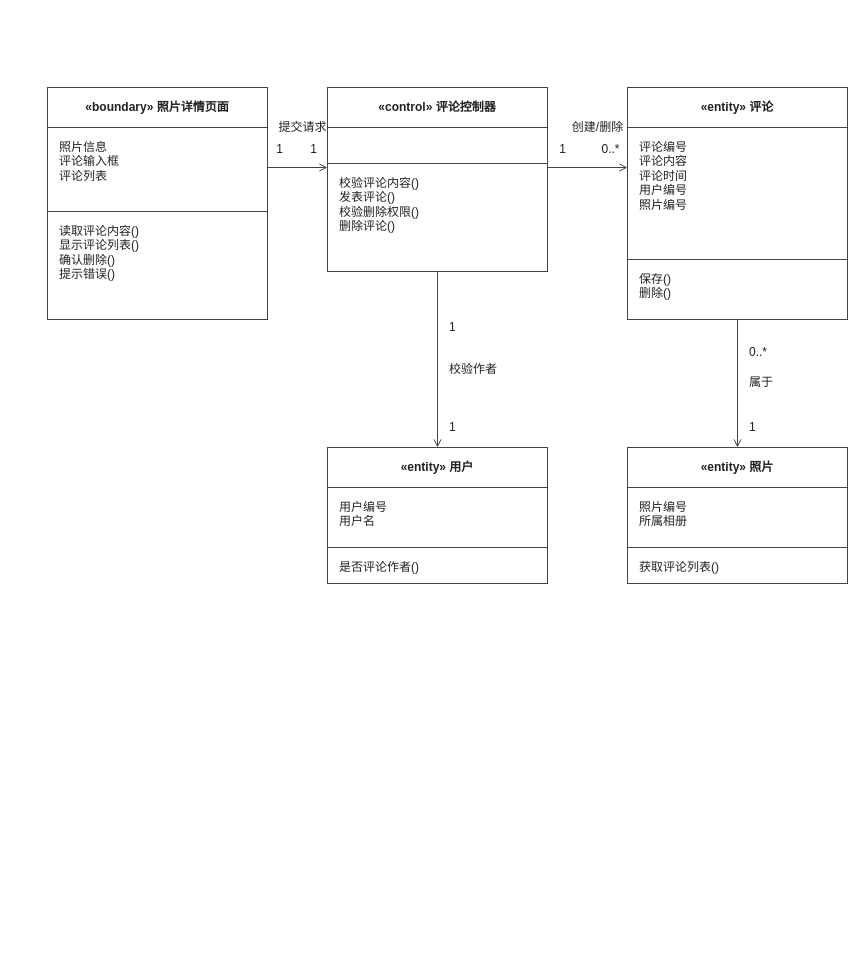
Above: docs/交付/4-类别与评论-陈诺/images/对照片评论_类模型图.drawio in chennuo1101/electronic-photo-album-system1 (draw.io), before the change. Source tidied: cells renumbered, new cells numbered last; positions are measured from the earlier drawing's top-left corner, leaving out a move shared by most shapes. Both pictures are drawn from the tidied source at 100%, with x=0, y=0 at pixel (47, 87).
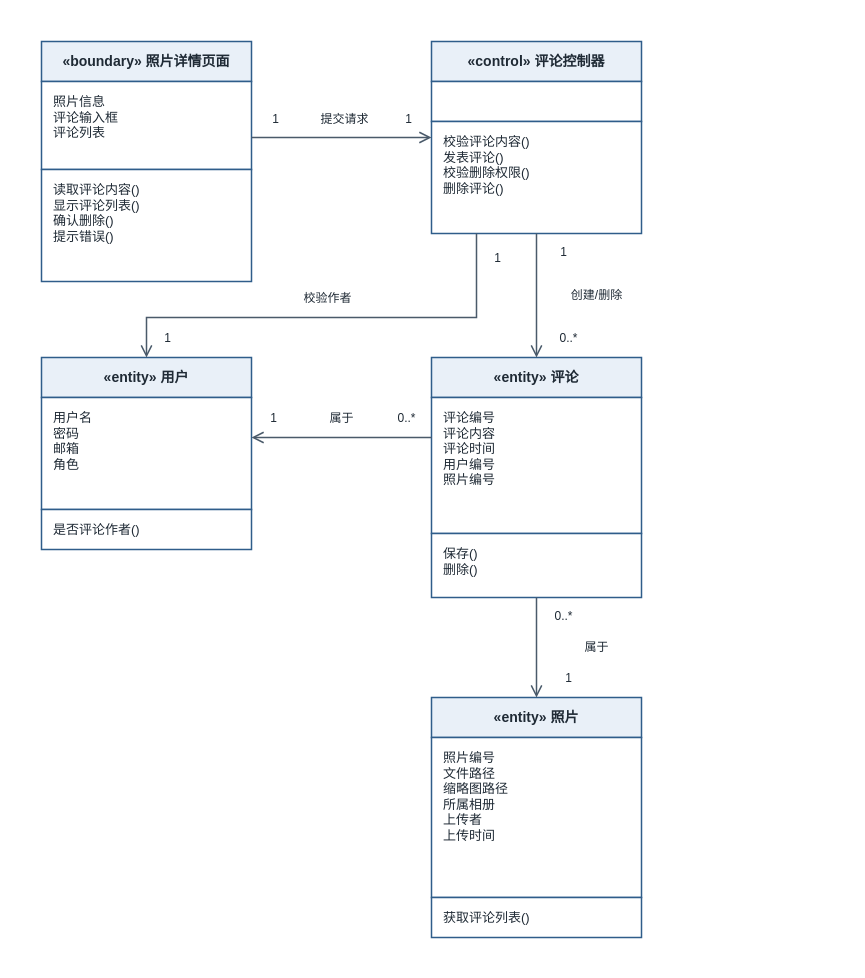
The same diagram, later.

Change to the diagram source:
```diff
@@
+    <mxCell id="33" style="rounded=0;whiteSpace=wrap;html=1;fillColor=#FFFFFF;strokeColor=none;" parent="1" vertex="1">
+      <mxGeometry x="-30" y="-70" width="668" height="944" as="geometry" />
+    </mxCell>
-    <mxCell id="2" value="«boundary» 照片详情页面" style="rounded=0;whiteSpace=wrap;html=1;fillColor=#FFFFFF;strokeColor=#444444;align=center;verticalAlign=middle;fontStyle=1;fontFamily=Microsoft YaHei;fontSize=12;fontColor=#222222;" parent="1" vertex="1">
-      <mxGeometry width="220" height="40" as="geometry" />
+    <mxCell id="2" value="«boundary» 照片详情页面" style="rounded=0;whiteSpace=wrap;html=1;fillColor=#E9F0F8;strokeColor=#2F5D8A;strokeWidth=1.5;align=center;verticalAlign=middle;fontStyle=1;fontFamily=Microsoft YaHei;fontSize=14;fontColor=#1F2A35;" parent="1" vertex="1">
+      <mxGeometry x="-6" y="-46" width="210" height="40" as="geometry" />
     </mxCell>
-    <mxCell id="3" value="照片信息&#10;评论输入框&#10;评论列表" style="rounded=0;whiteSpace=wrap;html=1;fillColor=#FFFFFF;strokeColor=#444444;verticalAlign=top;align=left;spacingLeft=10;spacingTop=6;fontFamily=Microsoft YaHei;fontSize=12;fontColor=#222222;" parent="1" vertex="1">
-      <mxGeometry y="40" width="220" height="84" as="geometry" />
+    <mxCell id="3" value="照片信息&#10;评论输入框&#10;评论列表" style="rounded=0;whiteSpace=wrap;html=1;fillColor=#FFFFFF;strokeColor=#2F5D8A;strokeWidth=1.5;align=left;verticalAlign=top;spacingLeft=10;spacingTop=6;fontFamily=Microsoft YaHei;fontSize=13;fontColor=#1F2A35;" parent="1" vertex="1">
+      <mxGeometry x="-6" y="-6" width="210" height="88" as="geometry" />
     </mxCell>
-    <mxCell id="4" value="读取评论内容()&#10;显示评论列表()&#10;确认删除()&#10;提示错误()" style="rounded=0;whiteSpace=wrap;html=1;fillColor=#FFFFFF;strokeColor=#444444;verticalAlign=top;align=left;spacingLeft=10;spacingTop=6;fontFamily=Microsoft YaHei;fontSize=12;fontColor=#222222;" parent="1" vertex="1">
-      <mxGeometry y="124" width="220" height="108" as="geometry" />
+    <mxCell id="4" value="读取评论内容()&#10;显示评论列表()&#10;确认删除()&#10;提示错误()" style="rounded=0;whiteSpace=wrap;html=1;fillColor=#FFFFFF;strokeColor=#2F5D8A;strokeWidth=1.5;align=left;verticalAlign=top;spacingLeft=10;spacingTop=6;fontFamily=Microsoft YaHei;fontSize=13;fontColor=#1F2A35;" parent="1" vertex="1">
+      <mxGeometry x="-6" y="82" width="210" height="112" as="geometry" />
     </mxCell>
-    <mxCell id="5" value="«control» 评论控制器" style="rounded=0;whiteSpace=wrap;html=1;fillColor=#FFFFFF;strokeColor=#444444;align=center;verticalAlign=middle;fontStyle=1;fontFamily=Microsoft YaHei;fontSize=12;fontColor=#222222;" parent="1" vertex="1">
-      <mxGeometry x="280" width="220" height="40" as="geometry" />
+    <mxCell id="5" value="«control» 评论控制器" style="rounded=0;whiteSpace=wrap;html=1;fillColor=#E9F0F8;strokeColor=#2F5D8A;strokeWidth=1.5;align=center;verticalAlign=middle;fontStyle=1;fontFamily=Microsoft YaHei;fontSize=14;fontColor=#1F2A35;" parent="1" vertex="1">
+      <mxGeometry x="384" y="-46" width="210" height="40" as="geometry" />
     </mxCell>
-    <mxCell id="6" style="rounded=0;whiteSpace=wrap;html=1;fillColor=#FFFFFF;strokeColor=#444444;verticalAlign=top;align=left;spacingLeft=10;spacingTop=6;fontFamily=Microsoft YaHei;fontSize=12;fontColor=#222222;" parent="1" vertex="1">
-      <mxGeometry x="280" y="40" width="220" height="36" as="geometry" />
-    </mxCell>
+    <mxCell id="34" style="rounded=0;whiteSpace=wrap;html=1;fillColor=#FFFFFF;strokeColor=#2F5D8A;strokeWidth=1.5;align=left;verticalAlign=top;spacingLeft=10;spacingTop=6;fontFamily=Microsoft YaHei;fontSize=13;fontColor=#1F2A35;" parent="1" vertex="1">
+      <mxGeometry x="384" y="-6" width="210" height="40" as="geometry" />
+    </mxCell>
-    <mxCell id="7" value="校验评论内容()&#10;发表评论()&#10;校验删除权限()&#10;删除评论()" style="rounded=0;whiteSpace=wrap;html=1;fillColor=#FFFFFF;strokeColor=#444444;verticalAlign=top;align=left;spacingLeft=10;spacingTop=6;fontFamily=Microsoft YaHei;fontSize=12;fontColor=#222222;" parent="1" vertex="1">
-      <mxGeometry x="280" y="76" width="220" height="108" as="geometry" />
+    <mxCell id="7" value="校验评论内容()&#10;发表评论()&#10;校验删除权限()&#10;删除评论()" style="rounded=0;whiteSpace=wrap;html=1;fillColor=#FFFFFF;strokeColor=#2F5D8A;strokeWidth=1.5;align=left;verticalAlign=top;spacingLeft=10;spacingTop=6;fontFamily=Microsoft YaHei;fontSize=13;fontColor=#1F2A35;" parent="1" vertex="1">
+      <mxGeometry x="384" y="34" width="210" height="112" as="geometry" />
     </mxCell>
+    <mxCell id="11" value="«entity» 用户" style="rounded=0;whiteSpace=wrap;html=1;fillColor=#E9F0F8;strokeColor=#2F5D8A;strokeWidth=1.5;align=center;verticalAlign=middle;fontStyle=1;fontFamily=Microsoft YaHei;fontSize=14;fontColor=#1F2A35;" parent="1" vertex="1">
+      <mxGeometry x="-6" y="270" width="210" height="40" as="geometry" />
+    </mxCell>
+    <mxCell id="35" value="用户名&#10;密码&#10;邮箱&#10;角色" style="rounded=0;whiteSpace=wrap;html=1;fillColor=#FFFFFF;strokeColor=#2F5D8A;strokeWidth=1.5;align=left;verticalAlign=top;spacingLeft=10;spacingTop=6;fontFamily=Microsoft YaHei;fontSize=13;fontColor=#1F2A35;" parent="1" vertex="1">
+      <mxGeometry x="-6" y="310" width="210" height="112" as="geometry" />
+    </mxCell>
+    <mxCell id="13" value="是否评论作者()" style="rounded=0;whiteSpace=wrap;html=1;fillColor=#FFFFFF;strokeColor=#2F5D8A;strokeWidth=1.5;align=left;verticalAlign=top;spacingLeft=10;spacingTop=6;fontFamily=Microsoft YaHei;fontSize=13;fontColor=#1F2A35;" parent="1" vertex="1">
+      <mxGeometry x="-6" y="422" width="210" height="40" as="geometry" />
+    </mxCell>
-    <mxCell id="8" value="«entity» 评论" style="rounded=0;whiteSpace=wrap;html=1;fillColor=#FFFFFF;strokeColor=#444444;align=center;verticalAlign=middle;fontStyle=1;fontFamily=Microsoft YaHei;fontSize=12;fontColor=#222222;" parent="1" vertex="1">
-      <mxGeometry x="580" width="220" height="40" as="geometry" />
+    <mxCell id="8" value="«entity» 评论" style="rounded=0;whiteSpace=wrap;html=1;fillColor=#E9F0F8;strokeColor=#2F5D8A;strokeWidth=1.5;align=center;verticalAlign=middle;fontStyle=1;fontFamily=Microsoft YaHei;fontSize=14;fontColor=#1F2A35;" parent="1" vertex="1">
+      <mxGeometry x="384" y="270" width="210" height="40" as="geometry" />
     </mxCell>
-    <mxCell id="9" value="评论编号&#10;评论内容&#10;评论时间&#10;用户编号&#10;照片编号" style="rounded=0;whiteSpace=wrap;html=1;fillColor=#FFFFFF;strokeColor=#444444;verticalAlign=top;align=left;spacingLeft=10;spacingTop=6;fontFamily=Microsoft YaHei;fontSize=12;fontColor=#222222;" parent="1" vertex="1">
-      <mxGeometry x="580" y="40" width="220" height="132" as="geometry" />
+    <mxCell id="9" value="评论编号&#10;评论内容&#10;评论时间&#10;用户编号&#10;照片编号" style="rounded=0;whiteSpace=wrap;html=1;fillColor=#FFFFFF;strokeColor=#2F5D8A;strokeWidth=1.5;align=left;verticalAlign=top;spacingLeft=10;spacingTop=6;fontFamily=Microsoft YaHei;fontSize=13;fontColor=#1F2A35;" parent="1" vertex="1">
+      <mxGeometry x="384" y="310" width="210" height="136" as="geometry" />
     </mxCell>
-    <mxCell id="10" value="保存()&#10;删除()" style="rounded=0;whiteSpace=wrap;html=1;fillColor=#FFFFFF;strokeColor=#444444;verticalAlign=top;align=left;spacingLeft=10;spacingTop=6;fontFamily=Microsoft YaHei;fontSize=12;fontColor=#222222;" parent="1" vertex="1">
-      <mxGeometry x="580" y="172" width="220" height="60" as="geometry" />
+    <mxCell id="10" value="保存()&#10;删除()" style="rounded=0;whiteSpace=wrap;html=1;fillColor=#FFFFFF;strokeColor=#2F5D8A;strokeWidth=1.5;align=left;verticalAlign=top;spacingLeft=10;spacingTop=6;fontFamily=Microsoft YaHei;fontSize=13;fontColor=#1F2A35;" parent="1" vertex="1">
+      <mxGeometry x="384" y="446" width="210" height="64" as="geometry" />
     </mxCell>
-    <mxCell id="11" value="«entity» 用户" style="rounded=0;whiteSpace=wrap;html=1;fillColor=#FFFFFF;strokeColor=#444444;align=center;verticalAlign=middle;fontStyle=1;fontFamily=Microsoft YaHei;fontSize=12;fontColor=#222222;" parent="1" vertex="1">
-      <mxGeometry x="280" y="360" width="220" height="40" as="geometry" />
-    </mxCell>
-    <mxCell id="12" value="用户编号&#10;用户名" style="rounded=0;whiteSpace=wrap;html=1;fillColor=#FFFFFF;strokeColor=#444444;verticalAlign=top;align=left;spacingLeft=10;spacingTop=6;fontFamily=Microsoft YaHei;fontSize=12;fontColor=#222222;" parent="1" vertex="1">
-      <mxGeometry x="280" y="400" width="220" height="60" as="geometry" />
-    </mxCell>
-    <mxCell id="13" value="是否评论作者()" style="rounded=0;whiteSpace=wrap;html=1;fillColor=#FFFFFF;strokeColor=#444444;verticalAlign=top;align=left;spacingLeft=10;spacingTop=6;fontFamily=Microsoft YaHei;fontSize=12;fontColor=#222222;" parent="1" vertex="1">
-      <mxGeometry x="280" y="460" width="220" height="36" as="geometry" />
-    </mxCell>
-    <mxCell id="14" value="«entity» 照片" style="rounded=0;whiteSpace=wrap;html=1;fillColor=#FFFFFF;strokeColor=#444444;align=center;verticalAlign=middle;fontStyle=1;fontFamily=Microsoft YaHei;fontSize=12;fontColor=#222222;" parent="1" vertex="1">
-      <mxGeometry x="580" y="360" width="220" height="40" as="geometry" />
+    <mxCell id="14" value="«entity» 照片" style="rounded=0;whiteSpace=wrap;html=1;fillColor=#E9F0F8;strokeColor=#2F5D8A;strokeWidth=1.5;align=center;verticalAlign=middle;fontStyle=1;fontFamily=Microsoft YaHei;fontSize=14;fontColor=#1F2A35;" parent="1" vertex="1">
+      <mxGeometry x="384" y="610" width="210" height="40" as="geometry" />
     </mxCell>
-    <mxCell id="15" value="照片编号&#10;所属相册" style="rounded=0;whiteSpace=wrap;html=1;fillColor=#FFFFFF;strokeColor=#444444;verticalAlign=top;align=left;spacingLeft=10;spacingTop=6;fontFamily=Microsoft YaHei;fontSize=12;fontColor=#222222;" parent="1" vertex="1">
-      <mxGeometry x="580" y="400" width="220" height="60" as="geometry" />
-    </mxCell>
+    <mxCell id="36" value="照片编号&#10;文件路径&#10;缩略图路径&#10;所属相册&#10;上传者&#10;上传时间" style="rounded=0;whiteSpace=wrap;html=1;fillColor=#FFFFFF;strokeColor=#2F5D8A;strokeWidth=1.5;align=left;verticalAlign=top;spacingLeft=10;spacingTop=6;fontFamily=Microsoft YaHei;fontSize=13;fontColor=#1F2A35;" parent="1" vertex="1">
+      <mxGeometry x="384" y="650" width="210" height="160" as="geometry" />
+    </mxCell>
-    <mxCell id="16" value="获取评论列表()" style="rounded=0;whiteSpace=wrap;html=1;fillColor=#FFFFFF;strokeColor=#444444;verticalAlign=top;align=left;spacingLeft=10;spacingTop=6;fontFamily=Microsoft YaHei;fontSize=12;fontColor=#222222;" parent="1" vertex="1">
-      <mxGeometry x="580" y="460" width="220" height="36" as="geometry" />
+    <mxCell id="16" value="获取评论列表()" style="rounded=0;whiteSpace=wrap;html=1;fillColor=#FFFFFF;strokeColor=#2F5D8A;strokeWidth=1.5;align=left;verticalAlign=top;spacingLeft=10;spacingTop=6;fontFamily=Microsoft YaHei;fontSize=13;fontColor=#1F2A35;" parent="1" vertex="1">
+      <mxGeometry x="384" y="810" width="210" height="40" as="geometry" />
     </mxCell>
-    <mxCell id="17" style="html=1;rounded=0;strokeColor=#444444;strokeWidth=1;startArrow=none;endArrow=open;endFill=0;" parent="1" edge="1">
-      <mxGeometry relative="1" as="geometry">
-        <mxPoint x="220" y="80" as="sourcePoint" />
-        <mxPoint x="280" y="80" as="targetPoint" />
-      </mxGeometry>
-    </mxCell>
-    <mxCell id="18" value="1" style="text;html=1;align=center;verticalAlign=middle;fillColor=none;strokeColor=none;fontFamily=Microsoft YaHei;fontSize=12;fontColor=#222222;" parent="1" vertex="1">
-      <mxGeometry x="222" y="52" width="20" height="20" as="geometry" />
-    </mxCell>
+    <mxCell id="37" style="html=1;rounded=0;strokeColor=#4A5A6A;strokeWidth=1.5;startArrow=none;endArrow=open;endFill=0;endSize=9;jumpStyle=arc;jumpSize=6;" parent="1" edge="1">
+      <mxGeometry relative="1" as="geometry">
+        <mxPoint x="204" y="50" as="sourcePoint" />
+        <mxPoint x="384" y="50" as="targetPoint" />
+      </mxGeometry>
+    </mxCell>
+    <mxCell id="38" value="1" style="text;html=1;align=center;verticalAlign=middle;fillColor=#FFFFFF;strokeColor=none;fontFamily=Microsoft YaHei;fontSize=12;fontColor=#1F2A35;" parent="1" vertex="1">
+      <mxGeometry x="214" y="23" width="28" height="18" as="geometry" />
+    </mxCell>
-    <mxCell id="19" value="提交请求" style="text;html=1;align=center;verticalAlign=middle;fillColor=none;strokeColor=none;fontFamily=Microsoft YaHei;fontSize=12;fontColor=#222222;" parent="1" vertex="1">
-      <mxGeometry x="220" y="30" width="70" height="20" as="geometry" />
+    <mxCell id="19" value="提交请求" style="text;html=1;align=center;verticalAlign=middle;fillColor=#FFFFFF;strokeColor=none;fontFamily=Microsoft YaHei;fontSize=12;fontColor=#1F2A35;" parent="1" vertex="1">
+      <mxGeometry x="250" y="23" width="94" height="18" as="geometry" />
     </mxCell>
-    <mxCell id="20" value="1" style="text;html=1;align=center;verticalAlign=middle;fillColor=none;strokeColor=none;fontFamily=Microsoft YaHei;fontSize=12;fontColor=#222222;" parent="1" vertex="1">
-      <mxGeometry x="256" y="52" width="20" height="20" as="geometry" />
-    </mxCell>
-    <mxCell id="21" style="html=1;rounded=0;strokeColor=#444444;strokeWidth=1;startArrow=none;endArrow=open;endFill=0;" parent="1" edge="1">
-      <mxGeometry relative="1" as="geometry">
-        <mxPoint x="500" y="80" as="sourcePoint" />
-        <mxPoint x="580" y="80" as="targetPoint" />
-      </mxGeometry>
-    </mxCell>
-    <mxCell id="22" value="1" style="text;html=1;align=center;verticalAlign=middle;fillColor=none;strokeColor=none;fontFamily=Microsoft YaHei;fontSize=12;fontColor=#222222;" parent="1" vertex="1">
-      <mxGeometry x="505" y="52" width="20" height="20" as="geometry" />
-    </mxCell>
+    <mxCell id="39" value="1" style="text;html=1;align=center;verticalAlign=middle;fillColor=#FFFFFF;strokeColor=none;fontFamily=Microsoft YaHei;fontSize=12;fontColor=#1F2A35;" parent="1" vertex="1">
+      <mxGeometry x="346" y="23" width="30" height="18" as="geometry" />
+    </mxCell>
+    <mxCell id="40" style="html=1;rounded=0;strokeColor=#4A5A6A;strokeWidth=1.5;startArrow=none;endArrow=open;endFill=0;endSize=9;jumpStyle=arc;jumpSize=6;" parent="1" edge="1">
+      <mxGeometry relative="1" as="geometry">
+        <mxPoint x="489" y="146" as="sourcePoint" />
+        <mxPoint x="489" y="270" as="targetPoint" />
+      </mxGeometry>
+    </mxCell>
+    <mxCell id="41" value="1" style="text;html=1;align=center;verticalAlign=middle;fillColor=#FFFFFF;strokeColor=none;fontFamily=Microsoft YaHei;fontSize=12;fontColor=#1F2A35;" parent="1" vertex="1">
+      <mxGeometry x="501" y="156" width="30" height="18" as="geometry" />
+    </mxCell>
-    <mxCell id="23" value="创建/删除" style="text;html=1;align=center;verticalAlign=middle;fillColor=none;strokeColor=none;fontFamily=Microsoft YaHei;fontSize=12;fontColor=#222222;" parent="1" vertex="1">
-      <mxGeometry x="515" y="30" width="70" height="20" as="geometry" />
+    <mxCell id="23" value="创建/删除" style="text;html=1;align=center;verticalAlign=middle;fillColor=#FFFFFF;strokeColor=none;fontFamily=Microsoft YaHei;fontSize=12;fontColor=#1F2A35;" parent="1" vertex="1">
+      <mxGeometry x="501" y="199" width="96" height="18" as="geometry" />
     </mxCell>
-    <mxCell id="24" value="0..*" style="text;html=1;align=center;verticalAlign=middle;fillColor=none;strokeColor=none;fontFamily=Microsoft YaHei;fontSize=12;fontColor=#222222;" parent="1" vertex="1">
-      <mxGeometry x="545" y="52" width="35" height="20" as="geometry" />
-    </mxCell>
-    <mxCell id="25" style="html=1;rounded=0;strokeColor=#444444;strokeWidth=1;startArrow=none;endArrow=open;endFill=0;" parent="1" edge="1">
-      <mxGeometry relative="1" as="geometry">
-        <mxPoint x="390" y="184" as="sourcePoint" />
-        <mxPoint x="390" y="360" as="targetPoint" />
-      </mxGeometry>
-    </mxCell>
-    <mxCell id="26" value="1" style="text;html=1;align=left;verticalAlign=middle;fillColor=none;strokeColor=none;fontFamily=Microsoft YaHei;fontSize=12;fontColor=#222222;" parent="1" vertex="1">
-      <mxGeometry x="400" y="230" width="20" height="20" as="geometry" />
-    </mxCell>
+    <mxCell id="42" value="0..*" style="text;html=1;align=center;verticalAlign=middle;fillColor=#FFFFFF;strokeColor=none;fontFamily=Microsoft YaHei;fontSize=12;fontColor=#1F2A35;" parent="1" vertex="1">
+      <mxGeometry x="501" y="242" width="40" height="18" as="geometry" />
+    </mxCell>
+    <mxCell id="43" style="html=1;rounded=0;strokeColor=#4A5A6A;strokeWidth=1.5;startArrow=none;endArrow=open;endFill=0;endSize=9;jumpStyle=arc;jumpSize=6;" parent="1" edge="1">
+      <mxGeometry relative="1" as="geometry">
+        <mxPoint x="429" y="146" as="sourcePoint" />
+        <mxPoint x="99" y="270" as="targetPoint" />
+        <Array as="points">
+          <mxPoint x="429" y="230" />
+          <mxPoint x="99" y="230" />
+        </Array>
+      </mxGeometry>
+    </mxCell>
+    <mxCell id="44" value="1" style="text;html=1;align=center;verticalAlign=middle;fillColor=#FFFFFF;strokeColor=none;fontFamily=Microsoft YaHei;fontSize=12;fontColor=#1F2A35;" parent="1" vertex="1">
+      <mxGeometry x="440" y="162" width="20" height="18" as="geometry" />
+    </mxCell>
-    <mxCell id="27" value="校验作者" style="text;html=1;align=left;verticalAlign=middle;fillColor=none;strokeColor=none;fontFamily=Microsoft YaHei;fontSize=12;fontColor=#222222;" parent="1" vertex="1">
-      <mxGeometry x="400" y="272" width="70" height="20" as="geometry" />
+    <mxCell id="27" value="校验作者" style="text;html=1;align=center;verticalAlign=middle;fillColor=#FFFFFF;strokeColor=none;fontFamily=Microsoft YaHei;fontSize=12;fontColor=#1F2A35;" parent="1" vertex="1">
+      <mxGeometry x="230" y="202" width="100" height="18" as="geometry" />
     </mxCell>
-    <mxCell id="28" value="1" style="text;html=1;align=left;verticalAlign=middle;fillColor=none;strokeColor=none;fontFamily=Microsoft YaHei;fontSize=12;fontColor=#222222;" parent="1" vertex="1">
-      <mxGeometry x="400" y="330" width="20" height="20" as="geometry" />
-    </mxCell>
-    <mxCell id="29" style="html=1;rounded=0;strokeColor=#444444;strokeWidth=1;startArrow=none;endArrow=open;endFill=0;" parent="1" edge="1">
-      <mxGeometry relative="1" as="geometry">
-        <mxPoint x="690" y="232" as="sourcePoint" />
-        <mxPoint x="690" y="360" as="targetPoint" />
-      </mxGeometry>
-    </mxCell>
-    <mxCell id="30" value="0..*" style="text;html=1;align=left;verticalAlign=middle;fillColor=none;strokeColor=none;fontFamily=Microsoft YaHei;fontSize=12;fontColor=#222222;" parent="1" vertex="1">
-      <mxGeometry x="700" y="255" width="40" height="20" as="geometry" />
-    </mxCell>
-    <mxCell id="31" value="属于" style="text;html=1;align=left;verticalAlign=middle;fillColor=none;strokeColor=none;fontFamily=Microsoft YaHei;fontSize=12;fontColor=#222222;" parent="1" vertex="1">
-      <mxGeometry x="700" y="285" width="50" height="20" as="geometry" />
-    </mxCell>
-    <mxCell id="32" value="1" style="text;html=1;align=left;verticalAlign=middle;fillColor=none;strokeColor=none;fontFamily=Microsoft YaHei;fontSize=12;fontColor=#222222;" parent="1" vertex="1">
-      <mxGeometry x="700" y="330" width="20" height="20" as="geometry" />
-    </mxCell>
+    <mxCell id="45" value="1" style="text;html=1;align=center;verticalAlign=middle;fillColor=#FFFFFF;strokeColor=none;fontFamily=Microsoft YaHei;fontSize=12;fontColor=#1F2A35;" parent="1" vertex="1">
+      <mxGeometry x="110" y="242" width="20" height="18" as="geometry" />
+    </mxCell>
+    <mxCell id="46" style="html=1;rounded=0;strokeColor=#4A5A6A;strokeWidth=1.5;startArrow=none;endArrow=open;endFill=0;endSize=9;jumpStyle=arc;jumpSize=6;" parent="1" edge="1">
+      <mxGeometry relative="1" as="geometry">
+        <mxPoint x="384" y="350" as="sourcePoint" />
+        <mxPoint x="204" y="350" as="targetPoint" />
+      </mxGeometry>
+    </mxCell>
+    <mxCell id="47" value="0..*" style="text;html=1;align=center;verticalAlign=middle;fillColor=#FFFFFF;strokeColor=none;fontFamily=Microsoft YaHei;fontSize=12;fontColor=#1F2A35;" parent="1" vertex="1">
+      <mxGeometry x="340" y="322" width="38" height="18" as="geometry" />
+    </mxCell>
+    <mxCell id="48" value="属于" style="text;html=1;align=center;verticalAlign=middle;fillColor=#FFFFFF;strokeColor=none;fontFamily=Microsoft YaHei;fontSize=12;fontColor=#1F2A35;" parent="1" vertex="1">
+      <mxGeometry x="270" y="322" width="48" height="18" as="geometry" />
+    </mxCell>
+    <mxCell id="49" value="1" style="text;html=1;align=center;verticalAlign=middle;fillColor=#FFFFFF;strokeColor=none;fontFamily=Microsoft YaHei;fontSize=12;fontColor=#1F2A35;" parent="1" vertex="1">
+      <mxGeometry x="216" y="322" width="20" height="18" as="geometry" />
+    </mxCell>
+    <mxCell id="50" style="html=1;rounded=0;strokeColor=#4A5A6A;strokeWidth=1.5;startArrow=none;endArrow=open;endFill=0;endSize=9;jumpStyle=arc;jumpSize=6;" parent="1" edge="1">
+      <mxGeometry relative="1" as="geometry">
+        <mxPoint x="489" y="510" as="sourcePoint" />
+        <mxPoint x="489" y="610" as="targetPoint" />
+      </mxGeometry>
+    </mxCell>
+    <mxCell id="51" value="0..*" style="text;html=1;align=center;verticalAlign=middle;fillColor=#FFFFFF;strokeColor=none;fontFamily=Microsoft YaHei;fontSize=12;fontColor=#1F2A35;" parent="1" vertex="1">
+      <mxGeometry x="501" y="520" width="30" height="18" as="geometry" />
+    </mxCell>
+    <mxCell id="52" value="属于" style="text;html=1;align=center;verticalAlign=middle;fillColor=#FFFFFF;strokeColor=none;fontFamily=Microsoft YaHei;fontSize=12;fontColor=#1F2A35;" parent="1" vertex="1">
+      <mxGeometry x="501" y="551" width="96" height="18" as="geometry" />
+    </mxCell>
+    <mxCell id="53" value="1" style="text;html=1;align=center;verticalAlign=middle;fillColor=#FFFFFF;strokeColor=none;fontFamily=Microsoft YaHei;fontSize=12;fontColor=#1F2A35;" parent="1" vertex="1">
+      <mxGeometry x="501" y="582" width="40" height="18" as="geometry" />
+    </mxCell>
```
